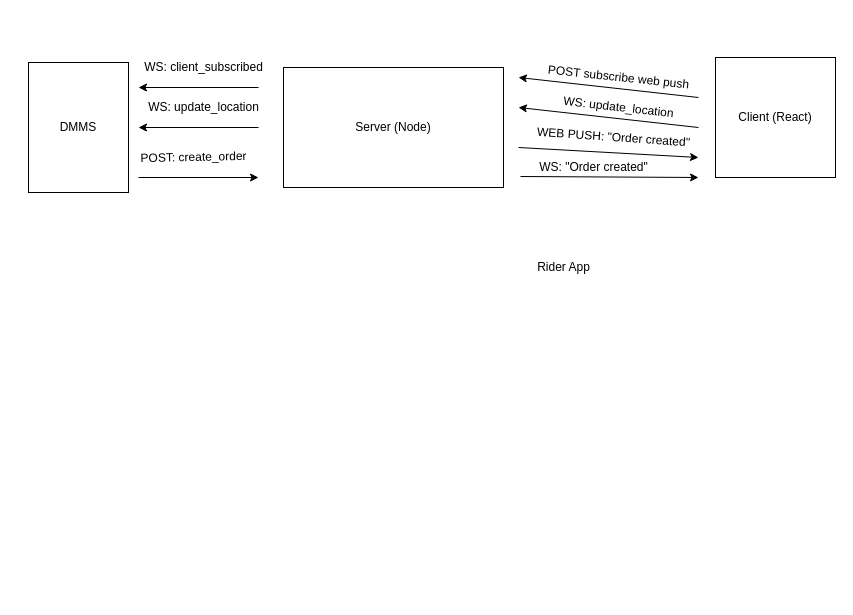
Above: page "Page-1" (1 of 2) of workflow.drawio in joel-sapaad/rider-app-poc (draw.io), before the change. Source tidied: cells renumbered, new cells numbered last; positions are measured from the earlier drawing's top-left corner, leaving out a move shared by most shapes. Both pictures are drawn from the tidied source at 100%, with x=0, y=0 at pixel (28, 57).
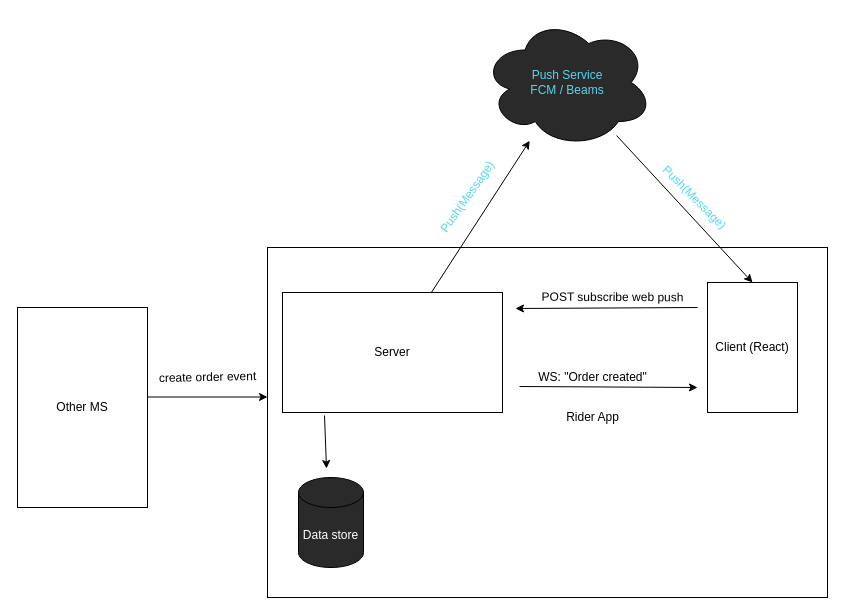
The same diagram, later.

What changed in the source:
```diff
@@
+    <mxCell id="20" style="rounded=0;whiteSpace=wrap;html=1;fillColor=none;" parent="1" vertex="1">
+      <mxGeometry x="239" y="190" width="560" height="350" as="geometry" />
+    </mxCell>
-    <mxCell id="2" value="DMMS" style="rounded=0;whiteSpace=wrap;html=1;" parent="1" vertex="1">
-      <mxGeometry y="5" width="100" height="130" as="geometry" />
+    <mxCell id="2" value="Other MS" style="rounded=0;whiteSpace=wrap;html=1;" parent="1" vertex="1">
+      <mxGeometry x="-11" y="250" width="130" height="200" as="geometry" />
     </mxCell>
     <mxCell id="3" value="Client (React)" style="rounded=0;whiteSpace=wrap;html=1;" parent="1" vertex="1">
-      <mxGeometry x="687" width="120" height="120" as="geometry" />
+      <mxGeometry x="679" y="225" width="90" height="130" as="geometry" />
     </mxCell>
-    <mxCell id="4" value="Server (Node)" style="rounded=0;whiteSpace=wrap;html=1;" parent="1" vertex="1">
-      <mxGeometry x="255" y="10" width="220" height="120" as="geometry" />
+    <mxCell id="4" value="Server" style="rounded=0;whiteSpace=wrap;html=1;" parent="1" vertex="1">
+      <mxGeometry x="254" y="235" width="220" height="120" as="geometry" />
     </mxCell>
-    <mxCell id="5" style="endArrow=classic;html=1;" parent="1" edge="1">
-      <mxGeometry relative="1" as="geometry">
-        <mxPoint x="230" y="30" as="sourcePoint" />
-        <mxPoint x="110" y="30" as="targetPoint" />
-      </mxGeometry>
-    </mxCell>
-    <mxCell id="6" value="WS: client_subscribed" style="text;html=1;align=center;verticalAlign=middle;strokeColor=none;fillColor=none;rotation=0;" parent="1" vertex="1">
-      <mxGeometry x="110" width="130" height="20" as="geometry" />
-    </mxCell>
-    <mxCell id="7" value="POST subscribe web push" style="text;html=1;align=center;verticalAlign=middle;strokeColor=none;fillColor=none;rotation=6.100000000000001;" parent="1" vertex="1">
-      <mxGeometry x="510" y="10" width="160" height="20" as="geometry" />
+    <mxCell id="7" value="POST subscribe web push" style="text;html=1;align=center;verticalAlign=middle;strokeColor=none;fillColor=none;rotation=0.20000000000000284;" parent="1" vertex="1">
+      <mxGeometry x="504" y="230" width="160" height="20" as="geometry" />
     </mxCell>
     <mxCell id="8" style="endArrow=classic;html=1;" parent="1" edge="1">
       <mxGeometry relative="1" as="geometry">
-        <mxPoint x="670" y="40" as="sourcePoint" />
-        <mxPoint x="490" y="20" as="targetPoint" />
+        <mxPoint x="669" y="250" as="sourcePoint" />
+        <mxPoint x="487" y="251" as="targetPoint" />
       </mxGeometry>
     </mxCell>
     <mxCell id="9" style="endArrow=classic;html=1;" parent="1" edge="1">
       <mxGeometry relative="1" as="geometry">
-        <mxPoint x="110" y="120" as="sourcePoint" />
-        <mxPoint x="230" y="120" as="targetPoint" />
+        <mxPoint x="119" y="339.5" as="sourcePoint" />
+        <mxPoint x="239" y="339.5" as="targetPoint" />
       </mxGeometry>
     </mxCell>
-    <mxCell id="10" value="POST: create_order" style="text;html=1;align=center;verticalAlign=middle;strokeColor=none;fillColor=none;rotation=-1.2000000000000028;" parent="1" vertex="1">
-      <mxGeometry x="105" y="90" width="120" height="20" as="geometry" />
+    <mxCell id="10" value="create order event" style="text;html=1;align=center;verticalAlign=middle;strokeColor=none;fillColor=none;rotation=-1.2000000000000028;" parent="1" vertex="1">
+      <mxGeometry x="124" y="310" width="110" height="20" as="geometry" />
     </mxCell>
-    <mxCell id="11" style="endArrow=classic;html=1;" parent="1" edge="1">
-      <mxGeometry relative="1" as="geometry">
-        <mxPoint x="490" y="90" as="sourcePoint" />
-        <mxPoint x="670" y="100" as="targetPoint" />
-      </mxGeometry>
-    </mxCell>
-    <mxCell id="12" value="WEB PUSH: &quot;Order created&quot;" style="text;html=1;align=center;verticalAlign=middle;strokeColor=none;fillColor=none;rotation=4;" parent="1" vertex="1">
-      <mxGeometry x="500" y="70" width="170" height="20" as="geometry" />
-    </mxCell>
-    <mxCell id="13" style="endArrow=classic;html=1;" parent="1" edge="1">
-      <mxGeometry relative="1" as="geometry">
-        <mxPoint x="670" y="70" as="sourcePoint" />
-        <mxPoint x="490" y="50" as="targetPoint" />
-      </mxGeometry>
-    </mxCell>
-    <mxCell id="14" value="WS: update_location" style="text;html=1;align=center;verticalAlign=middle;strokeColor=none;fillColor=none;rotation=6.5;" parent="1" vertex="1">
-      <mxGeometry x="525" y="40" width="130" height="20" as="geometry" />
-    </mxCell>
     <mxCell id="15" style="endArrow=classic;html=1;" parent="1" edge="1">
       <mxGeometry relative="1" as="geometry">
-        <mxPoint x="492" y="119" as="sourcePoint" />
-        <mxPoint x="670" y="120" as="targetPoint" />
+        <mxPoint x="491" y="329" as="sourcePoint" />
+        <mxPoint x="669" y="330" as="targetPoint" />
       </mxGeometry>
     </mxCell>
     <mxCell id="16" value="WS: &quot;Order created&quot;" style="text;html=1;align=center;verticalAlign=middle;strokeColor=none;fillColor=none;rotation=0;" parent="1" vertex="1">
-      <mxGeometry x="505" y="100" width="120" height="20" as="geometry" />
+      <mxGeometry x="504" y="310" width="120" height="20" as="geometry" />
     </mxCell>
-    <mxCell id="17" style="endArrow=classic;html=1;" parent="1" edge="1">
-      <mxGeometry relative="1" as="geometry">
-        <mxPoint x="230" y="70" as="sourcePoint" />
-        <mxPoint x="110" y="70" as="targetPoint" />
-      </mxGeometry>
-    </mxCell>
-    <mxCell id="18" value="WS: update_location" style="text;html=1;align=center;verticalAlign=middle;strokeColor=none;fillColor=none;rotation=0;" parent="1" vertex="1">
-      <mxGeometry x="110" y="40" width="130" height="20" as="geometry" />
-    </mxCell>
     <mxCell id="19" value="Rider App" style="text;html=1;align=center;verticalAlign=middle;strokeColor=none;fillColor=none;" parent="1" vertex="1">
-      <mxGeometry x="500" y="200" width="70" height="20" as="geometry" />
+      <mxGeometry x="529" y="350" width="70" height="20" as="geometry" />
     </mxCell>
+    <mxCell id="21" value="Push Service&lt;br&gt;FCM / Beams" style="ellipse;shape=cloud;whiteSpace=wrap;html=1;comic=0;sketch=0;fontColor=#56D6F0;fillColor=#2A2A2A;" parent="1" vertex="1">
+      <mxGeometry x="454" y="-40" width="170" height="130" as="geometry" />
+    </mxCell>
+    <mxCell id="22" style="endArrow=classic;html=1;fontColor=#56D6F0;" parent="1" edge="1" source="4" target="21">
+      <mxGeometry relative="1" as="geometry" />
+    </mxCell>
+    <mxCell id="23" style="endArrow=classic;html=1;fontColor=#56D6F0;entryX=0.5;entryY=0;entryDx=0;entryDy=0;" parent="1" edge="1" source="21" target="3">
+      <mxGeometry relative="1" as="geometry" />
+    </mxCell>
+    <mxCell id="24" value="Push(Message)" style="text;html=1;align=center;verticalAlign=middle;strokeColor=none;fillColor=none;fontColor=#56D6F0;rotation=-55;" parent="1" vertex="1">
+      <mxGeometry x="389" y="130" width="100" height="20" as="geometry" />
+    </mxCell>
+    <mxCell id="25" value="Push(Message)" style="text;html=1;align=center;verticalAlign=middle;strokeColor=none;fillColor=none;fontColor=#56D6F0;rotation=45;" parent="1" vertex="1">
+      <mxGeometry x="616" y="130" width="100" height="20" as="geometry" />
+    </mxCell>
+    <mxCell id="26" value="&lt;font color=&quot;#ffffff&quot;&gt;Data store&lt;/font&gt;" style="shape=cylinder3;whiteSpace=wrap;html=1;boundedLbl=1;backgroundOutline=1;size=15;comic=0;sketch=0;fontColor=#56D6F0;fillColor=#2A2A2A;" parent="1" vertex="1">
+      <mxGeometry x="270" y="420" width="65" height="90" as="geometry" />
+    </mxCell>
+    <mxCell id="27" style="endArrow=classic;html=1;fontColor=#FFFFFF;" parent="1" edge="1">
+      <mxGeometry relative="1" as="geometry">
+        <mxPoint x="296" y="358" as="sourcePoint" />
+        <mxPoint x="298" y="411" as="targetPoint" />
+      </mxGeometry>
+    </mxCell>
```
